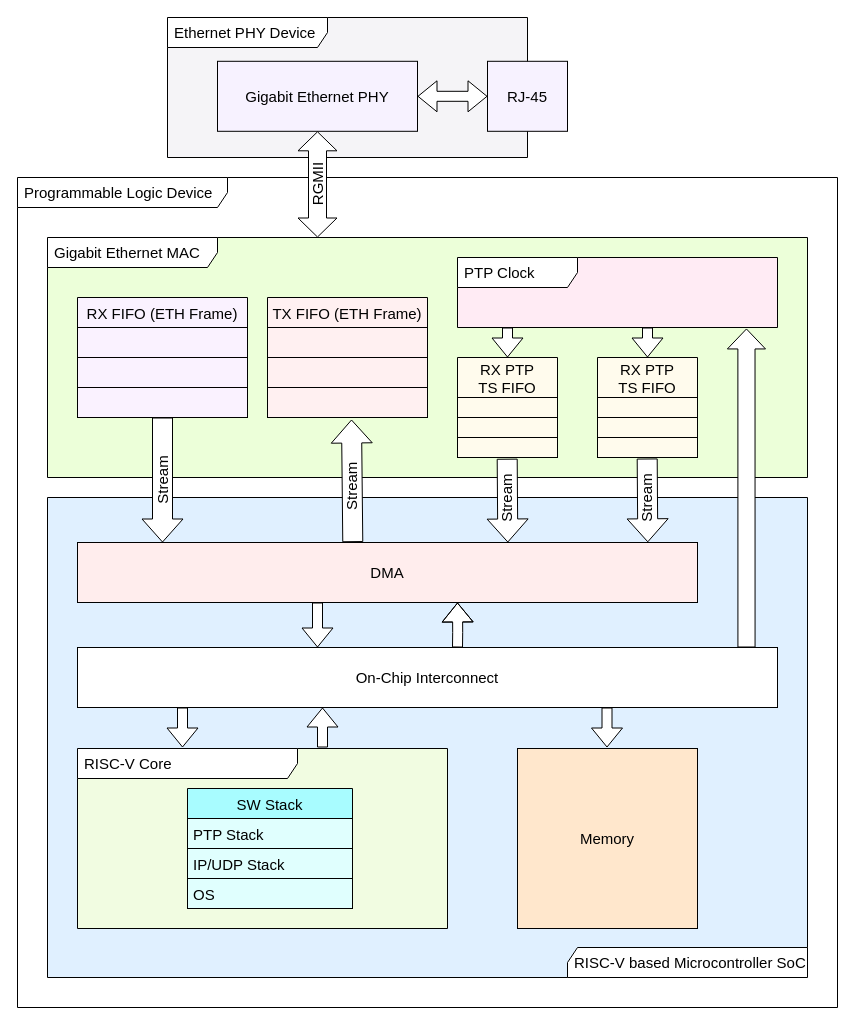
p3da/esp_bd keeps this draw.io diagram as etherpulp-abstract.drawio. Above is the earlier version. Source tidied: cells renumbered, new cells numbered last; positions are measured from the earlier drawing's top-left corner, leaving out a move shared by most shapes. Both pictures are drawn from the tidied source at 100%, with x=0, y=0 at pixel (17, 17).
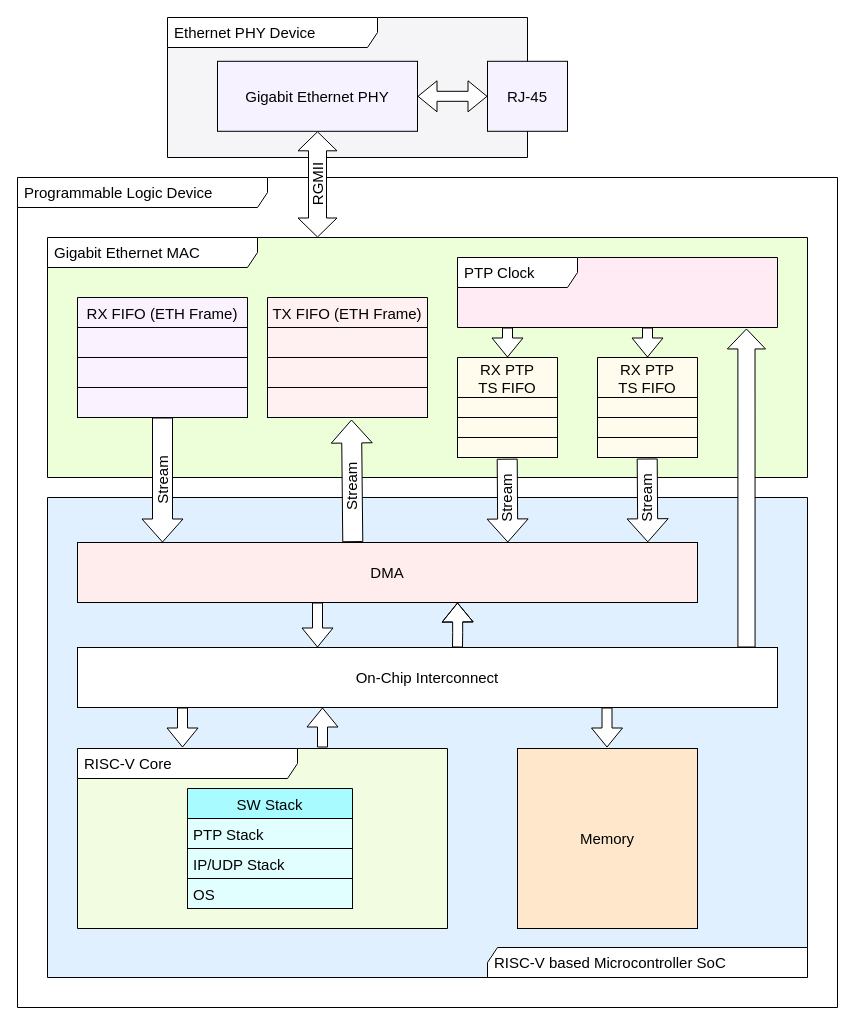
The same diagram, later.

The change refers to these unchanged cells:
```xml
<mxCell id="5" style="group;fillColor=none;fontSize=15;" parent="1" vertex="1">
  <mxGeometry x="150" width="400" height="140" as="geometry" />
</mxCell>
```

Change to the diagram source:
```diff
@@
-    <mxCell id="2" value="Programmable Logic Device" style="shape=umlFrame;whiteSpace=wrap;html=1;width=210;height=30;boundedLbl=1;verticalAlign=middle;align=left;spacingLeft=5;fillColor=default;swimlaneFillColor=#ffffff;fontSize=15;" parent="1" vertex="1">
+    <mxCell id="2" value="Programmable Logic Device" style="shape=umlFrame;whiteSpace=wrap;html=1;width=250;height=30;boundedLbl=1;verticalAlign=middle;align=left;spacingLeft=5;fillColor=default;swimlaneFillColor=#ffffff;fontSize=15;" parent="1" vertex="1">
       <mxGeometry y="160" width="820" height="830" as="geometry" />
     </mxCell>
-    <mxCell id="3" value="RISC-V based Microcontroller SoC" style="shape=umlFrame;whiteSpace=wrap;html=1;width=240;height=30;boundedLbl=1;verticalAlign=middle;align=left;spacingLeft=5;fillColor=#FFFFFF;swimlaneFillColor=#E0F0FF;direction=west;fontSize=15;" parent="1" vertex="1">
+    <mxCell id="3" value="RISC-V based Microcontroller SoC" style="shape=umlFrame;whiteSpace=wrap;html=1;width=320;height=30;boundedLbl=1;verticalAlign=middle;align=left;spacingLeft=5;fillColor=#FFFFFF;swimlaneFillColor=#E0F0FF;direction=west;fontSize=15;" parent="1" vertex="1">
       <mxGeometry x="30" y="480" width="760" height="480" as="geometry" />
     </mxCell>
-    <mxCell id="4" value="&lt;div style=&quot;font-size: 15px;&quot;&gt;Gigabit Ethernet MAC&lt;/div&gt;" style="shape=umlFrame;whiteSpace=wrap;html=1;width=170;height=30;boundedLbl=1;verticalAlign=middle;align=left;spacingLeft=5;fillColor=#FFFFFF;swimlaneFillColor=#ECFFD9;fontSize=15;" parent="1" vertex="1">
+    <mxCell id="4" value="&lt;div style=&quot;font-size: 15px;&quot;&gt;Gigabit Ethernet MAC&lt;/div&gt;" style="shape=umlFrame;whiteSpace=wrap;html=1;width=210;height=30;boundedLbl=1;verticalAlign=middle;align=left;spacingLeft=5;fillColor=#FFFFFF;swimlaneFillColor=#ECFFD9;fontSize=15;" parent="1" vertex="1">
       <mxGeometry x="30" y="220" width="760" height="240" as="geometry" />
     </mxCell>
@@
-    <mxCell id="6" value="Ethernet PHY Device" style="shape=umlFrame;whiteSpace=wrap;html=1;width=160;height=30;boundedLbl=1;verticalAlign=middle;align=left;spacingLeft=5;fillColor=#FFFFFF;swimlaneFillColor=#F5F4F7;fontSize=15;" parent="5" vertex="1">
+    <mxCell id="6" value="Ethernet PHY Device" style="shape=umlFrame;whiteSpace=wrap;html=1;width=210;height=30;boundedLbl=1;verticalAlign=middle;align=left;spacingLeft=5;fillColor=#FFFFFF;swimlaneFillColor=#F5F4F7;fontSize=15;" parent="5" vertex="1">
       <mxGeometry width="360" height="140" as="geometry" />
     </mxCell>
```
